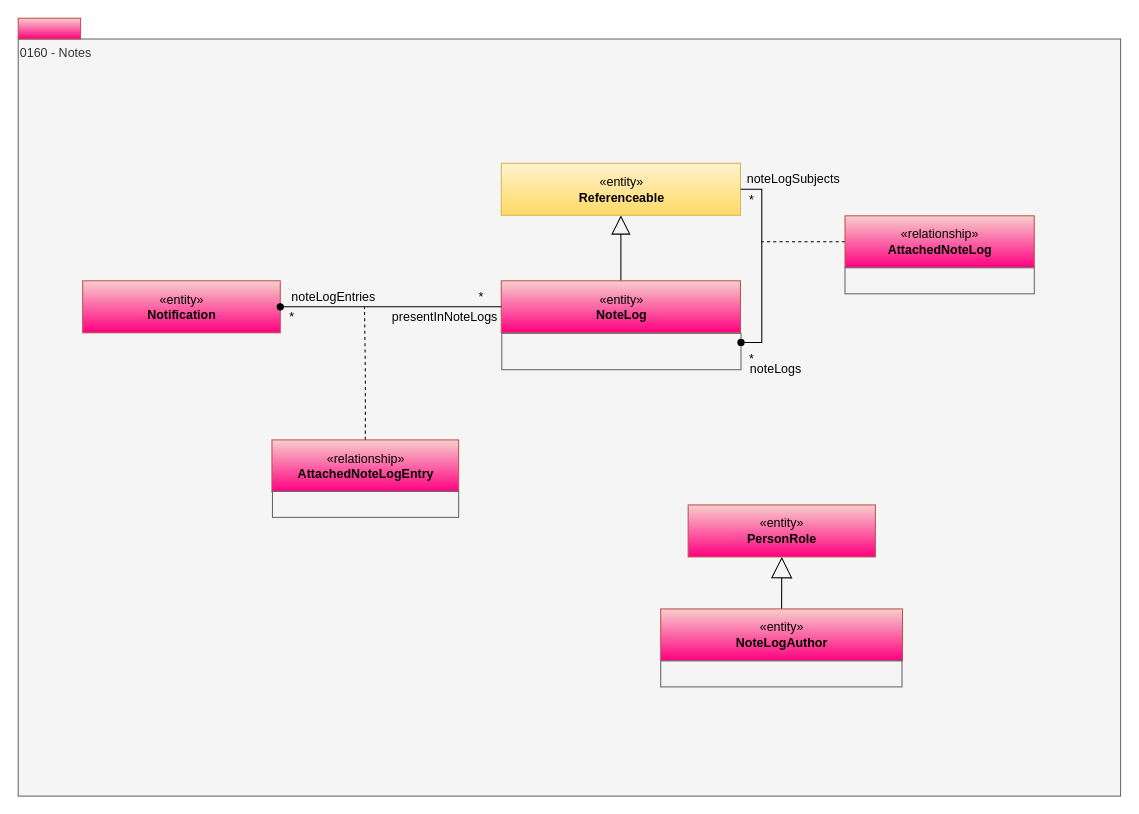
Above: page "0160-Notes" (16 of 16) of site/docs/types/1/area-1-collaboration.drawio in odpi/egeria-docs (draw.io), before the change. Source tidied: cells renumbered, new cells numbered last; positions are measured from the earlier drawing's top-left corner, leaving out a move shared by most shapes. Both pictures are drawn from the tidied source at 104%, with x=0, y=0 at pixel (18, 18).
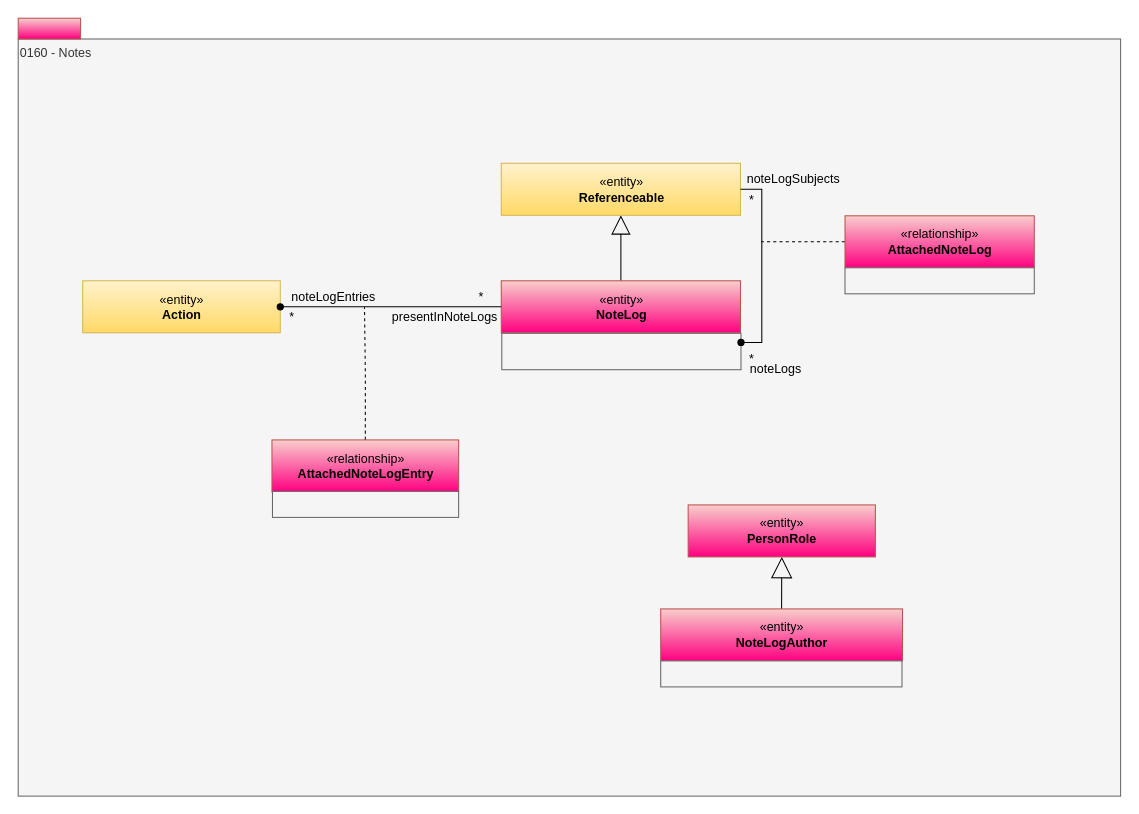
The same page after the edit.

Diff of the diagram source:
```diff
@@
-    <mxCell id="14" value="«entity»&lt;br&gt;&lt;b&gt;Notification&lt;/b&gt;" style="html=1;strokeColor=#b85450;align=center;fillColor=#f8cecc;gradientColor=#FF0080;" parent="1" vertex="1">
+    <mxCell id="14" value="«entity»&lt;br&gt;&lt;b&gt;Action&lt;/b&gt;" style="html=1;strokeColor=#d6b656;align=center;fillColor=#fff2cc;gradientColor=#ffd966;" parent="1" vertex="1">
       <mxGeometry x="62" y="252.5" width="190" height="50" as="geometry" />
     </mxCell>
```
